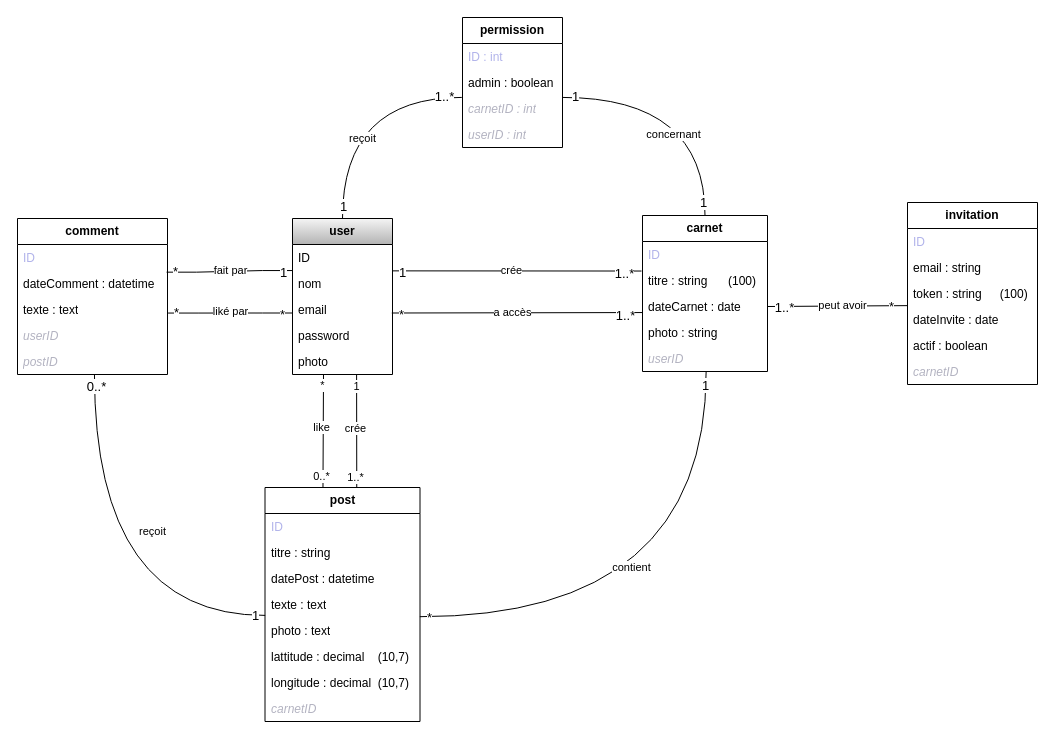
This is doc-projet-symfony/Diagr_CarnetVoyage2.drawio from Lcdz85/ProjetFinal-Laura, a draw.io file, before an edit. Source tidied: cells renumbered, new cells numbered last; positions are measured from the earlier drawing's top-left corner, leaving out a move shared by most shapes. Both pictures are drawn from the tidied source at 100%, with x=0, y=0 at pixel (17, 17).
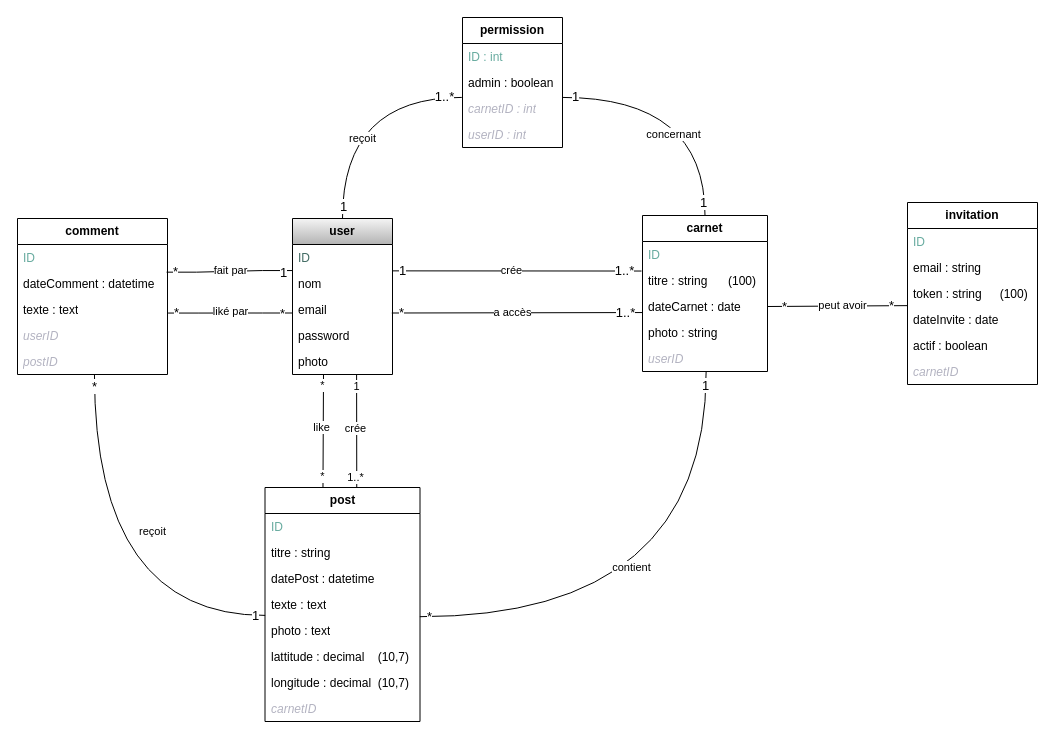
Above is the later version.

Commit message (it also covers changes not shown here):
modif UML 2

The change refers to these unchanged cells:
```xml
<mxCell id="2" value="&lt;b&gt;user&lt;/b&gt;" style="swimlane;fontStyle=0;horizontal=1;startSize=26;whiteSpace=wrap;html=1;fillColor=#f5f5f5;strokeColor=#000000;gradientColor=#b3b3b3;" parent="1" vertex="1">
  <mxGeometry x="275" y="201" width="100" height="156" as="geometry" />
</mxCell>
<mxCell id="8" value="&lt;b&gt;carnet&lt;/b&gt;" style="swimlane;fontStyle=0;horizontal=1;startSize=26;fillColor=none;whiteSpace=wrap;html=1;" parent="1" vertex="1">
  <mxGeometry x="625" y="198" width="125" height="156" as="geometry" />
</mxCell>
<mxCell id="14" style="endArrow=none;endFill=0;endSize=12;html=1;rounded=0;exitX=0.999;exitY=0.014;exitDx=0;exitDy=0;exitPerimeter=0;entryX=-0.008;entryY=0.136;entryDx=0;entryDy=0;entryPerimeter=0;" parent="1" edge="1" source="4" target="10">
  <mxGeometry relative="1" as="geometry" />
</mxCell>
<mxCell id="18" style="endArrow=none;endFill=0;endSize=12;html=1;rounded=0;strokeColor=light-dark(#000000, #2b82da);exitX=0.993;exitY=0.635;exitDx=0;exitDy=0;exitPerimeter=0;entryX=-0.003;entryY=0.733;entryDx=0;entryDy=0;entryPerimeter=0;" parent="1" edge="1" source="5" target="11">
  <mxGeometry relative="1" as="geometry" />
</mxCell>
<mxCell id="22" value="&lt;b&gt;permission&lt;/b&gt;" style="swimlane;fontStyle=0;horizontal=1;startSize=26;whiteSpace=wrap;html=1;" parent="1" vertex="1">
  <mxGeometry x="445" width="100" height="130" as="geometry" />
</mxCell>
<mxCell id="35" value="&lt;b&gt;post&lt;/b&gt;" style="swimlane;fontStyle=0;horizontal=1;startSize=26;fillColor=none;whiteSpace=wrap;html=1;" parent="1" vertex="1">
  <mxGeometry x="247.5" y="470" width="155" height="234" as="geometry" />
</mxCell>
<mxCell id="48" style="endArrow=none;endFill=0;endSize=12;html=1;rounded=0;entryX=0.509;entryY=1.015;entryDx=0;entryDy=0;entryPerimeter=0;edgeStyle=orthogonalEdgeStyle;curved=1;exitX=0.999;exitY=-0.031;exitDx=0;exitDy=0;exitPerimeter=0;" parent="1" edge="1" source="40" target="13">
  <mxGeometry relative="1" as="geometry">
    <Array as="points">
      <mxPoint x="689" y="599" />
      <mxPoint x="689" y="354" />
    </Array>
  </mxGeometry>
</mxCell>
<mxCell id="52" style="endArrow=none;endFill=0;endSize=12;html=1;rounded=0;entryX=0.374;entryY=0.001;entryDx=0;entryDy=0;entryPerimeter=0;exitX=0.31;exitY=0.999;exitDx=0;exitDy=0;exitPerimeter=0;" parent="1" edge="1" source="7" target="35">
  <mxGeometry relative="1" as="geometry" />
</mxCell>
<mxCell id="56" value="&lt;b&gt;comment&lt;/b&gt;" style="swimlane;fontStyle=0;horizontal=1;startSize=26;fillColor=none;whiteSpace=wrap;html=1;" parent="1" vertex="1">
  <mxGeometry y="201" width="150" height="156" as="geometry" />
</mxCell>
<mxCell id="66" style="endArrow=none;endFill=0;endSize=12;html=1;rounded=0;entryX=-0.001;entryY=0.635;entryDx=0;entryDy=0;entryPerimeter=0;edgeStyle=entityRelationEdgeStyle;exitX=1.004;exitY=0.637;exitDx=0;exitDy=0;exitPerimeter=0;" parent="1" edge="1" source="59" target="5">
  <mxGeometry relative="1" as="geometry" />
</mxCell>
<mxCell id="70" style="endArrow=none;endFill=1;endSize=12;html=1;rounded=0;startFill=0;entryX=0.001;entryY=0.92;entryDx=0;entryDy=0;entryPerimeter=0;exitX=0.513;exitY=0.983;exitDx=0;exitDy=0;exitPerimeter=0;edgeStyle=orthogonalEdgeStyle;curved=1;" parent="1" edge="1" source="61" target="39">
  <mxGeometry relative="1" as="geometry" />
</mxCell>
<mxCell id="74" value="&lt;b&gt;invitation&lt;/b&gt;" style="swimlane;fontStyle=0;horizontal=1;startSize=26;fillColor=none;whiteSpace=wrap;html=1;" parent="1" vertex="1">
  <mxGeometry x="890" y="185" width="130" height="182" as="geometry" />
</mxCell>
<mxCell id="81" style="endArrow=none;endFill=0;endSize=12;html=1;rounded=0;exitX=1;exitY=0.5;exitDx=0;exitDy=0;entryX=-0.001;entryY=0.967;entryDx=0;entryDy=0;entryPerimeter=0;" parent="1" edge="1" source="11" target="77">
  <mxGeometry relative="1" as="geometry" />
</mxCell>
```

The edit, as a diff of the source:
```diff
@@
-    <mxCell id="3" value="ID" style="text;strokeColor=none;fillColor=none;align=left;verticalAlign=top;spacingLeft=4;spacingRight=4;overflow=hidden;whiteSpace=wrap;html=1;" parent="2" vertex="1">
+    <mxCell id="3" value="&lt;font style=&quot;color: rgb(64, 106, 98);&quot;&gt;ID&lt;/font&gt;" style="text;strokeColor=none;fillColor=none;align=left;verticalAlign=top;spacingLeft=4;spacingRight=4;overflow=hidden;whiteSpace=wrap;html=1;" parent="2" vertex="1">
       <mxGeometry y="26" width="100" height="26" as="geometry" />
     </mxCell>
@@
-    <mxCell id="9" value="ID" style="text;strokeColor=none;fillColor=none;align=left;verticalAlign=top;spacingLeft=4;spacingRight=4;overflow=hidden;whiteSpace=wrap;html=1;fontColor=light-dark(#B1B3EA,#EDEDED);" parent="8" vertex="1">
+    <mxCell id="9" value="&lt;font style=&quot;color: rgb(103, 171, 159);&quot;&gt;ID&lt;/font&gt;" style="text;strokeColor=none;fillColor=none;align=left;verticalAlign=top;spacingLeft=4;spacingRight=4;overflow=hidden;whiteSpace=wrap;html=1;fontColor=light-dark(#B1B3EA,#EDEDED);" parent="8" vertex="1">
       <mxGeometry y="26" width="125" height="26" as="geometry" />
     </mxCell>
@@
     <mxCell id="15" value="1" style="edgeLabel;html=1;align=center;verticalAlign=middle;fontSize=13;" parent="14" vertex="1">
       <mxGeometry x="-0.87" y="-1" relative="1" as="geometry">
-        <mxPoint x="-6" as="offset" />
+        <mxPoint x="-6" y="-2" as="offset" />
       </mxGeometry>
     </mxCell>
     <mxCell id="16" value="1..*" style="edgeLabel;html=1;align=center;verticalAlign=middle;fontSize=13;" parent="14" vertex="1">
       <mxGeometry x="0.83" y="-2" relative="1" as="geometry">
-        <mxPoint x="4" as="offset" />
+        <mxPoint x="4" y="-3" as="offset" />
       </mxGeometry>
     </mxCell>
@@
     <mxCell id="19" value="*" style="edgeLabel;html=1;align=center;verticalAlign=middle;fontSize=13;" parent="18" vertex="1">
       <mxGeometry x="-0.87" y="-1" relative="1" as="geometry">
-        <mxPoint x="-7" as="offset" />
+        <mxPoint x="-7" y="-2" as="offset" />
       </mxGeometry>
     </mxCell>
     <mxCell id="20" value="1..*" style="edgeLabel;html=1;align=center;verticalAlign=middle;fontSize=13;" parent="18" vertex="1">
       <mxGeometry x="0.83" y="-2" relative="1" as="geometry">
-        <mxPoint x="4" as="offset" />
+        <mxPoint x="4" y="-3" as="offset" />
       </mxGeometry>
     </mxCell>
@@
-    <mxCell id="23" value="ID : int" style="text;strokeColor=none;fillColor=none;align=left;verticalAlign=top;spacingLeft=4;spacingRight=4;overflow=hidden;whiteSpace=wrap;html=1;fontColor=light-dark(#B1B3EA,#EDEDED);" parent="22" vertex="1">
+    <mxCell id="23" value="&lt;font style=&quot;color: rgb(103, 171, 159);&quot;&gt;ID : int&lt;/font&gt;" style="text;strokeColor=none;fillColor=none;align=left;verticalAlign=top;spacingLeft=4;spacingRight=4;overflow=hidden;whiteSpace=wrap;html=1;fontColor=light-dark(#B1B3EA,#EDEDED);" parent="22" vertex="1">
       <mxGeometry y="26" width="100" height="26" as="geometry" />
     </mxCell>
@@
-    <mxCell id="36" value="ID" style="text;strokeColor=none;fillColor=none;align=left;verticalAlign=top;spacingLeft=4;spacingRight=4;overflow=hidden;whiteSpace=wrap;html=1;fontColor=light-dark(#B1B3EA,#EDEDED);" parent="35" vertex="1">
+    <mxCell id="36" value="&lt;font style=&quot;color: rgb(103, 171, 159);&quot;&gt;ID&lt;/font&gt;" style="text;strokeColor=none;fillColor=none;align=left;verticalAlign=top;spacingLeft=4;spacingRight=4;overflow=hidden;whiteSpace=wrap;html=1;fontColor=light-dark(#B1B3EA,#EDEDED);" parent="35" vertex="1">
       <mxGeometry y="26" width="155" height="26" as="geometry" />
     </mxCell>
@@
     <mxCell id="49" value="*" style="edgeLabel;html=1;align=center;verticalAlign=middle;fontSize=13;" parent="48" vertex="1">
       <mxGeometry x="-0.88" y="-1" relative="1" as="geometry">
-        <mxPoint x="-23" y="-1" as="offset" />
+        <mxPoint x="-23" y="-2" as="offset" />
       </mxGeometry>
     </mxCell>
@@
-    <mxCell id="54" value="0..*" style="edgeLabel;html=1;align=center;verticalAlign=middle;" parent="52" vertex="1">
-      <mxGeometry x="0.8" y="-2" relative="1" as="geometry" />
+    <mxCell id="54" value="*" style="edgeLabel;html=1;align=center;verticalAlign=middle;" parent="52" vertex="1">
+      <mxGeometry x="0.8" y="-2" relative="1" as="geometry">
+        <mxPoint x="1" as="offset" />
+      </mxGeometry>
     </mxCell>
@@
-    <mxCell id="57" value="ID" style="text;strokeColor=none;fillColor=none;align=left;verticalAlign=top;spacingLeft=4;spacingRight=4;overflow=hidden;whiteSpace=wrap;html=1;fontColor=light-dark(#B1B3EA,#EDEDED);" parent="56" vertex="1">
+    <mxCell id="57" value="&lt;font style=&quot;color: rgb(103, 171, 159);&quot;&gt;ID&lt;/font&gt;" style="text;strokeColor=none;fillColor=none;align=left;verticalAlign=top;spacingLeft=4;spacingRight=4;overflow=hidden;whiteSpace=wrap;html=1;fontColor=light-dark(#B1B3EA,#EDEDED);" parent="56" vertex="1">
       <mxGeometry y="26" width="150" height="26" as="geometry" />
     </mxCell>
@@
     <mxCell id="68" value="*" style="edgeLabel;html=1;align=center;verticalAlign=middle;fontSize=13;" parent="66" vertex="1">
-      <mxGeometry x="0.84" y="-1" relative="1" as="geometry" />
+      <mxGeometry x="0.84" y="-1" relative="1" as="geometry">
+        <mxPoint y="-1" as="offset" />
+      </mxGeometry>
     </mxCell>
@@
-    <mxCell id="73" value="0..*" style="edgeLabel;html=1;align=center;verticalAlign=middle;fontSize=13;" parent="70" vertex="1">
-      <mxGeometry x="-0.94" y="2" relative="1" as="geometry" />
+    <mxCell id="73" value="*" style="edgeLabel;html=1;align=center;verticalAlign=middle;fontSize=13;" parent="70" vertex="1">
+      <mxGeometry x="-0.94" y="2" relative="1" as="geometry">
+        <mxPoint x="-2" as="offset" />
+      </mxGeometry>
     </mxCell>
@@
-    <mxCell id="75" value="ID" style="text;strokeColor=none;fillColor=none;align=left;verticalAlign=top;spacingLeft=4;spacingRight=4;overflow=hidden;whiteSpace=wrap;html=1;fontColor=light-dark(#B1B3EA,#EDEDED);" parent="74" vertex="1">
+    <mxCell id="75" value="&lt;font style=&quot;color: rgb(103, 171, 159);&quot;&gt;ID&lt;/font&gt;" style="text;strokeColor=none;fillColor=none;align=left;verticalAlign=top;spacingLeft=4;spacingRight=4;overflow=hidden;whiteSpace=wrap;html=1;fontColor=light-dark(#B1B3EA,#EDEDED);" parent="74" vertex="1">
       <mxGeometry y="26" width="130" height="26" as="geometry" />
     </mxCell>
@@
-    <mxCell id="82" value="1..*" style="edgeLabel;html=1;align=center;verticalAlign=middle;fontSize=13;" parent="81" vertex="1">
+    <mxCell id="82" value="*" style="edgeLabel;html=1;align=center;verticalAlign=middle;fontSize=13;" parent="81" vertex="1">
       <mxGeometry x="-0.87" y="-1" relative="1" as="geometry">
-        <mxPoint x="7" as="offset" />
+        <mxPoint x="7" y="-1" as="offset" />
       </mxGeometry>
     </mxCell>
     <mxCell id="83" value="*" style="edgeLabel;html=1;align=center;verticalAlign=middle;fontSize=13;" parent="81" vertex="1">
       <mxGeometry x="0.83" y="-2" relative="1" as="geometry">
-        <mxPoint x="-5" y="-2" as="offset" />
+        <mxPoint x="-5" y="-3" as="offset" />
       </mxGeometry>
     </mxCell>
```
